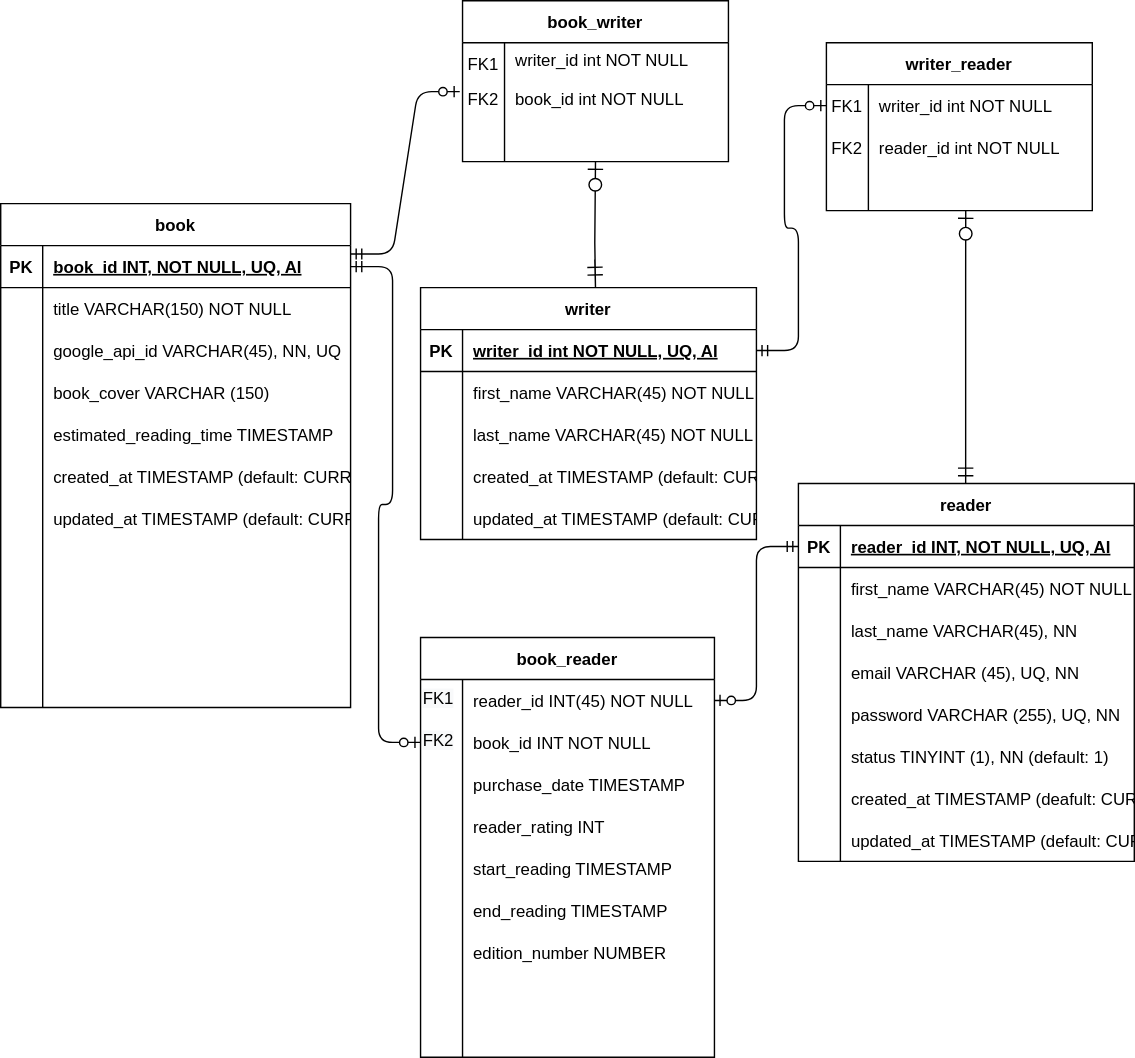
CristianaCostaPereira/BooketList keeps this draw.io diagram as Data_Base_Diagram.svg. Above is the earlier version. Source tidied: cells renumbered, new cells last; positions are measured from the earlier drawing's top-left corner, leaving out a move shared by most shapes.
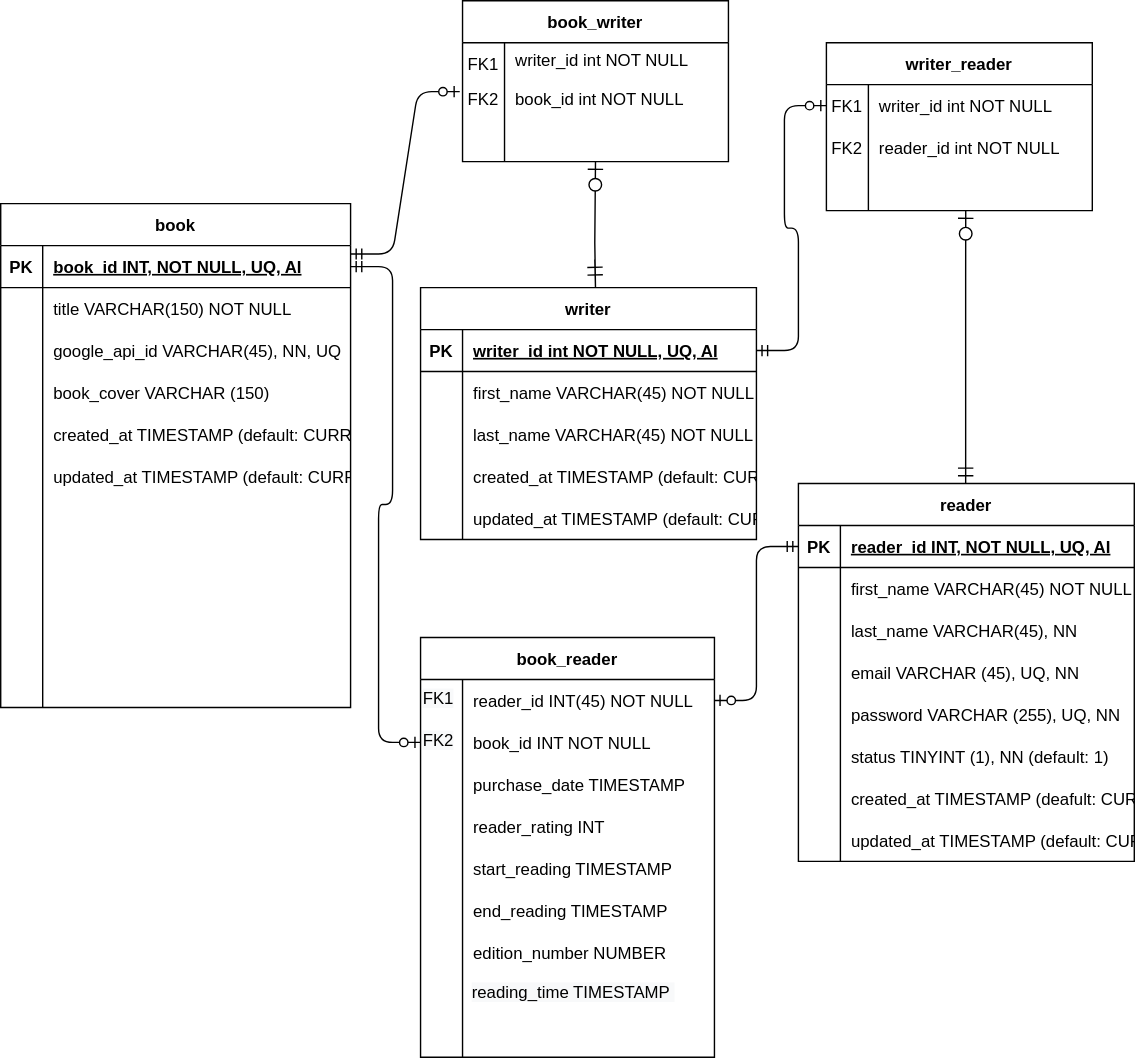
Later version of the same file.

Diff of the diagram source:
```diff
@@ -80,17 +80,8 @@
     <mxCell id="27" value="book_cover VARCHAR (150)" style="shape=partialRectangle;overflow=hidden;fillColor=none;top=0;left=0;bottom=0;right=0;align=left;spacingLeft=6;" parent="25" vertex="1">
       <mxGeometry x="30" width="220" height="30" as="geometry" />
     </mxCell>
-    <mxCell id="28" style="shape=partialRectangle;fillColor=none;top=0;left=0;right=0;bottom=0;" parent="15" vertex="1">
-      <mxGeometry y="150" width="250" height="30" as="geometry" />
-    </mxCell>
-    <mxCell id="29" style="shape=partialRectangle;overflow=hidden;fillColor=none;top=0;left=0;bottom=0;right=0;" parent="28" vertex="1">
-      <mxGeometry width="30" height="30" as="geometry" />
-    </mxCell>
-    <mxCell id="30" value="estimated_reading_time TIMESTAMP " style="shape=partialRectangle;overflow=hidden;fillColor=none;top=0;left=0;bottom=0;right=0;align=left;spacingLeft=6;" parent="28" vertex="1">
-      <mxGeometry x="30" width="220" height="30" as="geometry" />
-    </mxCell>
     <mxCell id="31" style="shape=partialRectangle;fillColor=none;top=0;left=0;right=0;bottom=0;" parent="15" vertex="1">
-      <mxGeometry y="180" width="250" height="30" as="geometry" />
+      <mxGeometry y="150" width="250" height="30" as="geometry" />
     </mxCell>
     <mxCell id="32" style="shape=partialRectangle;overflow=hidden;fillColor=none;top=0;left=0;bottom=0;right=0;" parent="31" vertex="1">
       <mxGeometry width="30" height="30" as="geometry" />
@@ -99,7 +90,7 @@
       <mxGeometry x="30" width="220" height="30" as="geometry" />
     </mxCell>
     <mxCell id="34" style="shape=partialRectangle;fillColor=none;top=0;left=0;right=0;bottom=0;" parent="15" vertex="1">
-      <mxGeometry y="210" width="250" height="30" as="geometry" />
+      <mxGeometry y="180" width="250" height="30" as="geometry" />
     </mxCell>
     <mxCell id="35" style="shape=partialRectangle;overflow=hidden;fillColor=none;top=0;left=0;bottom=0;right=0;" parent="34" vertex="1">
       <mxGeometry width="30" height="30" as="geometry" />
@@ -108,7 +99,7 @@
       <mxGeometry x="30" width="220" height="30" as="geometry" />
     </mxCell>
     <mxCell id="37" style="shape=partialRectangle;fillColor=none;top=0;left=0;right=0;bottom=0;" parent="15" vertex="1">
-      <mxGeometry y="240" width="250" height="30" as="geometry" />
+      <mxGeometry y="210" width="250" height="30" as="geometry" />
     </mxCell>
     <mxCell id="38" style="shape=partialRectangle;overflow=hidden;fillColor=none;top=0;left=0;bottom=0;right=0;" parent="37" vertex="1">
       <mxGeometry width="30" height="30" as="geometry" />
@@ -117,7 +108,7 @@
       <mxGeometry x="30" width="220" height="30" as="geometry" />
     </mxCell>
     <mxCell id="40" style="shape=partialRectangle;fillColor=none;top=0;left=0;right=0;bottom=0;" parent="15" vertex="1">
-      <mxGeometry y="270" width="250" height="30" as="geometry" />
+      <mxGeometry y="240" width="250" height="30" as="geometry" />
     </mxCell>
     <mxCell id="41" style="shape=partialRectangle;overflow=hidden;fillColor=none;top=0;left=0;bottom=0;right=0;" parent="40" vertex="1">
       <mxGeometry width="30" height="30" as="geometry" />
@@ -126,7 +117,7 @@
       <mxGeometry x="30" width="220" height="30" as="geometry" />
     </mxCell>
     <mxCell id="43" style="shape=partialRectangle;fillColor=none;top=0;left=0;right=0;bottom=0;" parent="15" vertex="1">
-      <mxGeometry y="300" width="250" height="30" as="geometry" />
+      <mxGeometry y="270" width="250" height="30" as="geometry" />
     </mxCell>
     <mxCell id="44" style="shape=partialRectangle;overflow=hidden;fillColor=none;top=0;left=0;bottom=0;right=0;" parent="43" vertex="1">
       <mxGeometry width="30" height="30" as="geometry" />
@@ -135,7 +126,7 @@
       <mxGeometry x="30" width="220" height="30" as="geometry" />
     </mxCell>
     <mxCell id="46" style="shape=partialRectangle;fillColor=none;top=0;left=0;right=0;bottom=0;" parent="15" vertex="1">
-      <mxGeometry y="330" width="250" height="30" as="geometry" />
+      <mxGeometry y="300" width="250" height="30" as="geometry" />
     </mxCell>
     <mxCell id="47" style="shape=partialRectangle;overflow=hidden;fillColor=none;top=0;left=0;bottom=0;right=0;" parent="46" vertex="1">
       <mxGeometry width="30" height="30" as="geometry" />
@@ -143,6 +134,15 @@
     <mxCell id="48" style="shape=partialRectangle;overflow=hidden;fillColor=none;top=0;left=0;bottom=0;right=0;align=left;spacingLeft=6;" parent="46" vertex="1">
       <mxGeometry x="30" width="220" height="30" as="geometry" />
     </mxCell>
+    <mxCell id="28" style="shape=partialRectangle;fillColor=none;top=0;left=0;right=0;bottom=0;" parent="15" vertex="1">
+      <mxGeometry y="330" width="250" height="30" as="geometry" />
+    </mxCell>
+    <mxCell id="29" style="shape=partialRectangle;overflow=hidden;fillColor=none;top=0;left=0;bottom=0;right=0;" parent="28" vertex="1">
+      <mxGeometry width="30" height="30" as="geometry" />
+    </mxCell>
+    <mxCell id="30" style="shape=partialRectangle;overflow=hidden;fillColor=none;top=0;left=0;bottom=0;right=0;align=left;spacingLeft=6;" parent="28" vertex="1">
+      <mxGeometry x="30" width="220" height="30" as="geometry" />
+    </mxCell>
     <mxCell id="49" style="edgeStyle=entityRelationEdgeStyle;endArrow=ERzeroToOne;startArrow=ERmandOne;endFill=1;startFill=0;exitX=1;exitY=0.2;exitDx=0;exitDy=0;exitPerimeter=0;" parent="1" edge="1" source="16">
       <mxGeometry relative="1" as="geometry">
         <mxPoint x="328" y="65" as="targetPoint" />
@@ -415,5 +415,8 @@
     <mxCell id="134" value="updated_at TIMESTAMP (default: CURRENT_TIMESTAMP ON UPDATE CURRENT_TIMESTAMP)" style="shape=partialRectangle;overflow=hidden;fillColor=none;top=0;left=0;bottom=0;right=0;align=left;spacingLeft=6;" parent="1" vertex="1">
       <mxGeometry x="330" y="355" width="210" height="30" as="geometry" />
     </mxCell>
+    <mxCell id="135" value="&lt;span style=&quot;color: rgb(0 , 0 , 0) ; font-family: &amp;#34;helvetica&amp;#34; ; font-size: 12px ; font-style: normal ; font-weight: 400 ; letter-spacing: normal ; text-align: left ; text-indent: 0px ; text-transform: none ; word-spacing: 0px ; background-color: rgb(248 , 249 , 250) ; display: inline ; float: none&quot;&gt;reading_time TIMESTAMP&amp;nbsp;&lt;/span&gt;" style="text;whiteSpace=wrap;html=1;" parent="1" vertex="1">
+      <mxGeometry x="335" y="695" width="170" height="30" as="geometry" />
+    </mxCell>
   </root>
 </mxGraphModel>
```
